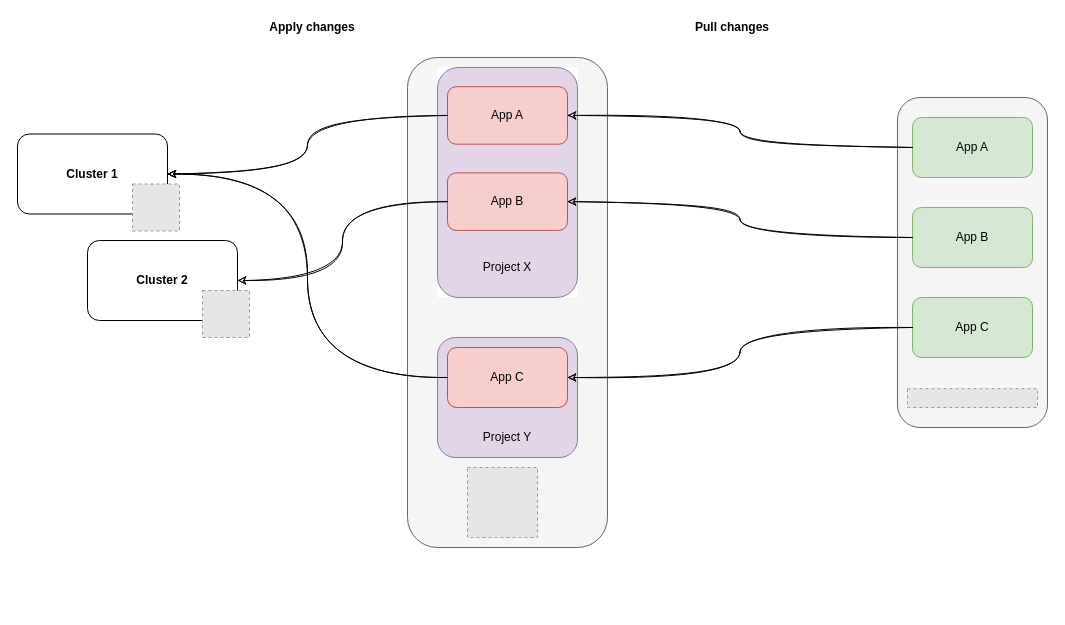
Earlier version of the draw.io diagram page "Overview" (1 of 2) of argocd.drawio (haidouks/draw.io). Source tidied: cells renumbered, new cells numbered last; positions are measured from the earlier drawing's top-left corner, leaving out a move shared by most shapes. Both pictures are drawn from the tidied source at 100%, with x=0, y=0 at pixel (17, 17). Pictures stored in the file or linked from it are replaced by grey dashed boxes.
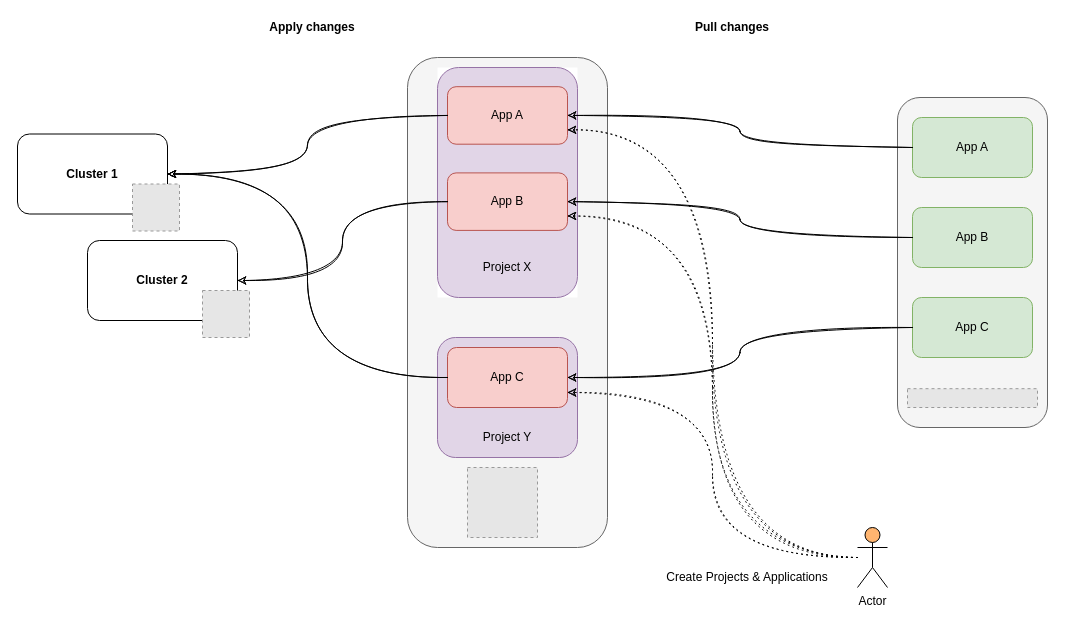
The same page after the edit.

Commit message:
Added app of apps

The change refers to these unchanged cells:
```xml
<mxCell id="6" value="App C" style="rounded=1;whiteSpace=wrap;html=1;fillColor=#f8cecc;strokeColor=#b85450;" parent="2" vertex="1">
  <mxGeometry x="40" y="290" width="120" height="60" as="geometry" />
</mxCell>
<mxCell id="11" value="App A" style="rounded=1;whiteSpace=wrap;html=1;fillColor=#f8cecc;strokeColor=#b85450;" parent="9" vertex="1">
  <mxGeometry x="10" y="19.2" width="120" height="57.5" as="geometry" />
</mxCell>
<mxCell id="12" value="App B" style="rounded=1;whiteSpace=wrap;html=1;fillColor=#f8cecc;strokeColor=#b85450;" parent="9" vertex="1">
  <mxGeometry x="10" y="105.4" width="120" height="57.5" as="geometry" />
</mxCell>
```

Diff of the diagram source:
```diff
@@
+    <mxCell id="34" style="edgeStyle=orthogonalEdgeStyle;curved=1;sketch=1;jettySize=auto;html=1;entryX=1;entryY=0.75;entryDx=0;entryDy=0;dashed=1;dashPattern=1 4;" parent="1" edge="1" source="37" target="6">
+      <mxGeometry relative="1" as="geometry" />
+    </mxCell>
+    <mxCell id="35" style="edgeStyle=orthogonalEdgeStyle;curved=1;sketch=1;jettySize=auto;html=1;entryX=1;entryY=0.75;entryDx=0;entryDy=0;dashed=1;dashPattern=1 4;" parent="1" edge="1" source="37" target="12">
+      <mxGeometry relative="1" as="geometry" />
+    </mxCell>
+    <mxCell id="36" style="edgeStyle=orthogonalEdgeStyle;curved=1;sketch=1;jettySize=auto;html=1;entryX=1;entryY=0.75;entryDx=0;entryDy=0;dashed=1;dashPattern=1 4;" parent="1" edge="1" source="37" target="11">
+      <mxGeometry relative="1" as="geometry" />
+    </mxCell>
+    <mxCell id="37" value="Actor" style="shape=umlActor;verticalLabelPosition=bottom;verticalAlign=top;html=1;outlineConnect=0;fillColor=#FFB570;" parent="1" vertex="1">
+      <mxGeometry x="840" y="510" width="30" height="60" as="geometry" />
+    </mxCell>
+    <mxCell id="38" value="Create Projects &amp;amp; Applications" style="text;html=1;strokeColor=none;fillColor=none;align=center;verticalAlign=middle;whiteSpace=wrap;rounded=0;dashed=1;dashPattern=1 4;" parent="1" vertex="1">
+      <mxGeometry x="630" y="550" width="200" height="20" as="geometry" />
+    </mxCell>
```
